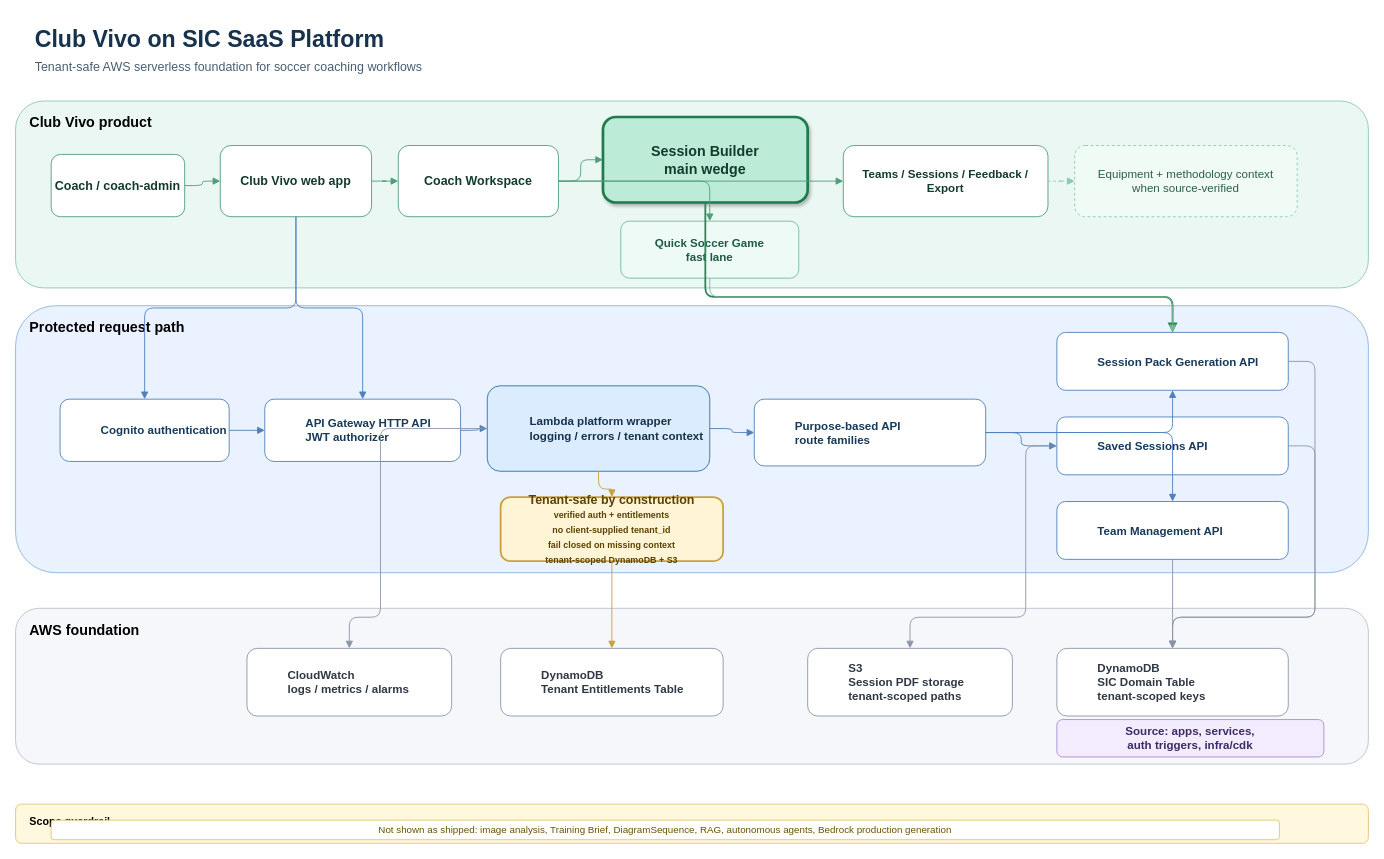
Earlier version of the draw.io diagram docs/architecture/chapter-2/club-vivo-saas-architecture-diagram.drawio (mrleom/sports-intelligence-cloud). Source tidied: cells renumbered, new cells numbered last; positions are measured from the earlier drawing's top-left corner, leaving out a move shared by most shapes. Both pictures are drawn from the tidied source at 89%, with x=0, y=0 at pixel (15, 15).
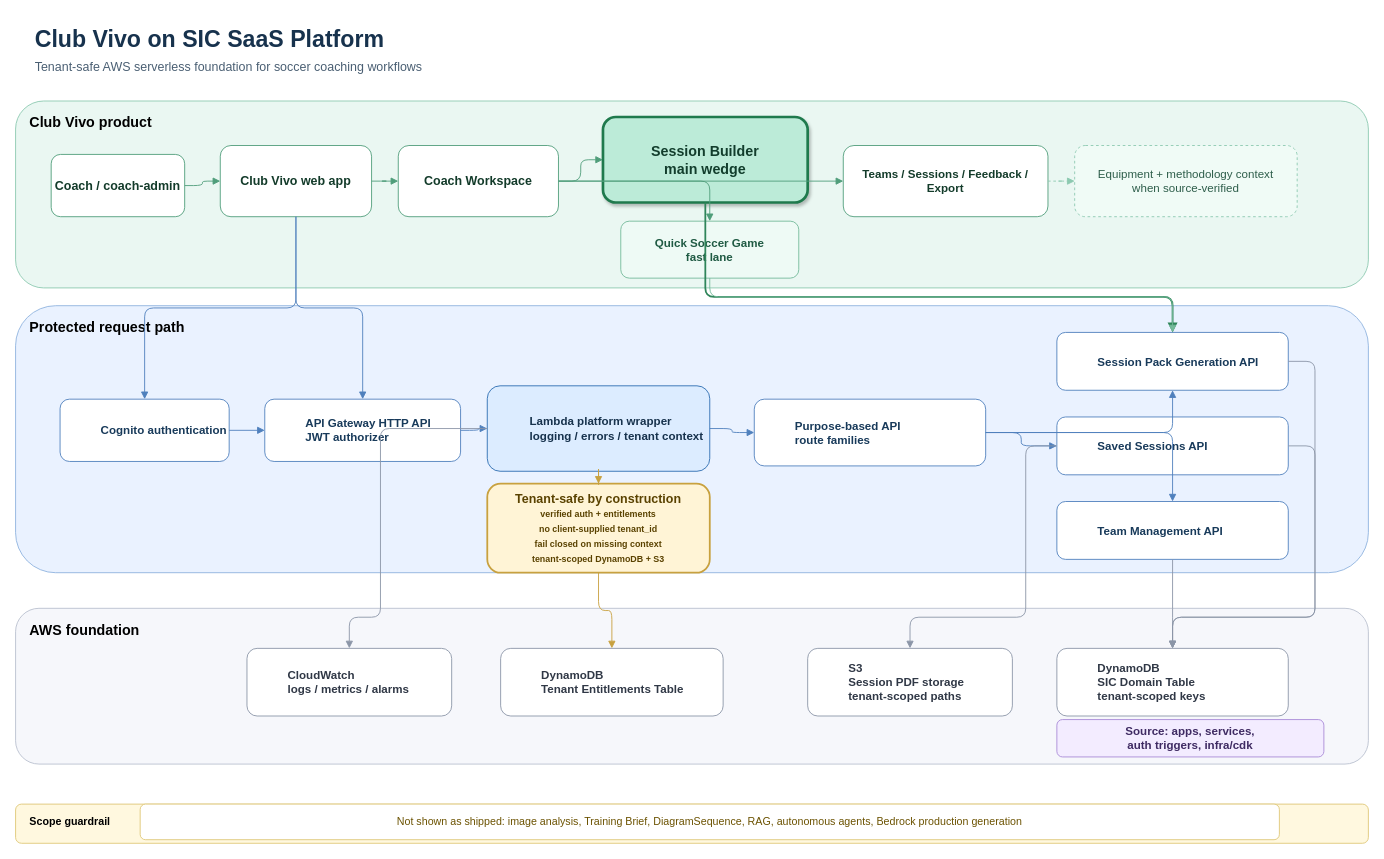
Above is the later version.

Commit message (it also covers changes not shown here):
docs(chapter2): add Club Vivo architecture visual to README (#97)

Change to the diagram source:
```diff
@@
     <mxCell id="19" value="Tenant-safe by construction&lt;br&gt;&lt;span style=&quot;font-size: 10px;&quot;&gt;verified auth + entitlements&lt;br&gt;no client-supplied tenant_id&lt;br&gt;fail closed on missing context&lt;br&gt;tenant-scoped DynamoDB + S3&lt;/span&gt;" style="rounded=1;whiteSpace=wrap;html=1;fillColor=#fff4d6;strokeColor=#c8a13f;strokeWidth=2;fontSize=14;fontStyle=1;fontColor=#5a4200;" parent="1" vertex="1">
-      <mxGeometry x="545" y="541" width="250" height="72" as="geometry" />
+      <mxGeometry x="530" y="526" width="250" height="100" as="geometry" />
     </mxCell>
@@
-    <mxCell id="29" value="Not shown as shipped: image analysis, Training Brief, DiagramSequence, RAG, autonomous agents, Bedrock production generation" style="rounded=1;whiteSpace=wrap;html=1;fillColor=#ffffff;strokeColor=#dfc777;fontSize=11;fontStyle=0;fontColor=#6b5200;" parent="1" vertex="1">
-      <mxGeometry x="40" y="904" width="1380" height="22" as="geometry" />
+    <mxCell id="29" value="&lt;font style=&quot;font-size: 12px;&quot;&gt;Not shown as shipped: image analysis, Training Brief, DiagramSequence, RAG, autonomous agents, Bedrock production generation&lt;/font&gt;" style="rounded=1;whiteSpace=wrap;html=1;fillColor=#ffffff;strokeColor=#dfc777;fontSize=11;fontStyle=0;fontColor=#6b5200;" parent="1" vertex="1">
+      <mxGeometry x="140" y="886" width="1280" height="40" as="geometry" />
     </mxCell>
```
